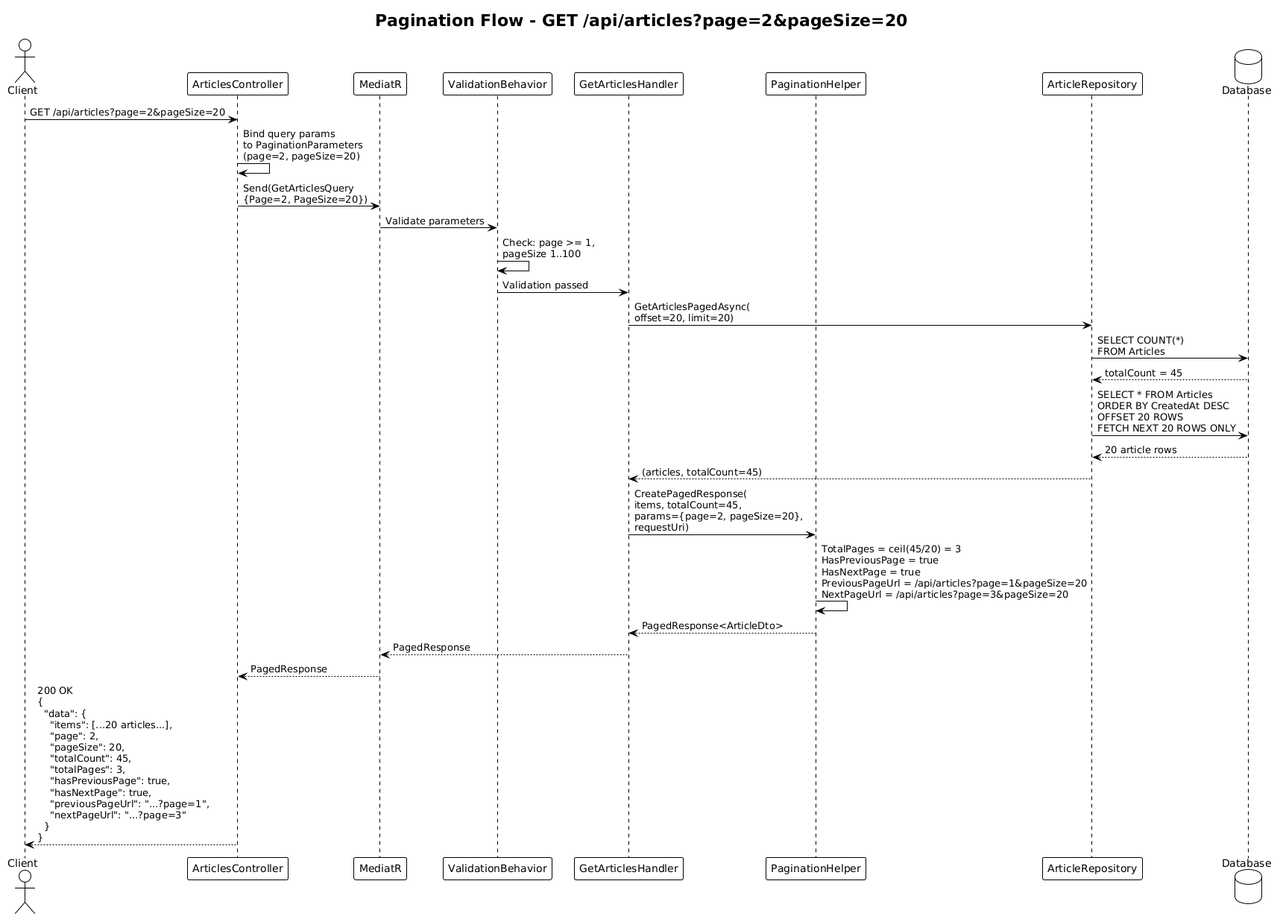
Above: docs/detailed-designs/06-restful-api/diagrams/sequence_pagination.png in QuinntyneBrown/Blog (PlantUML), before the change.
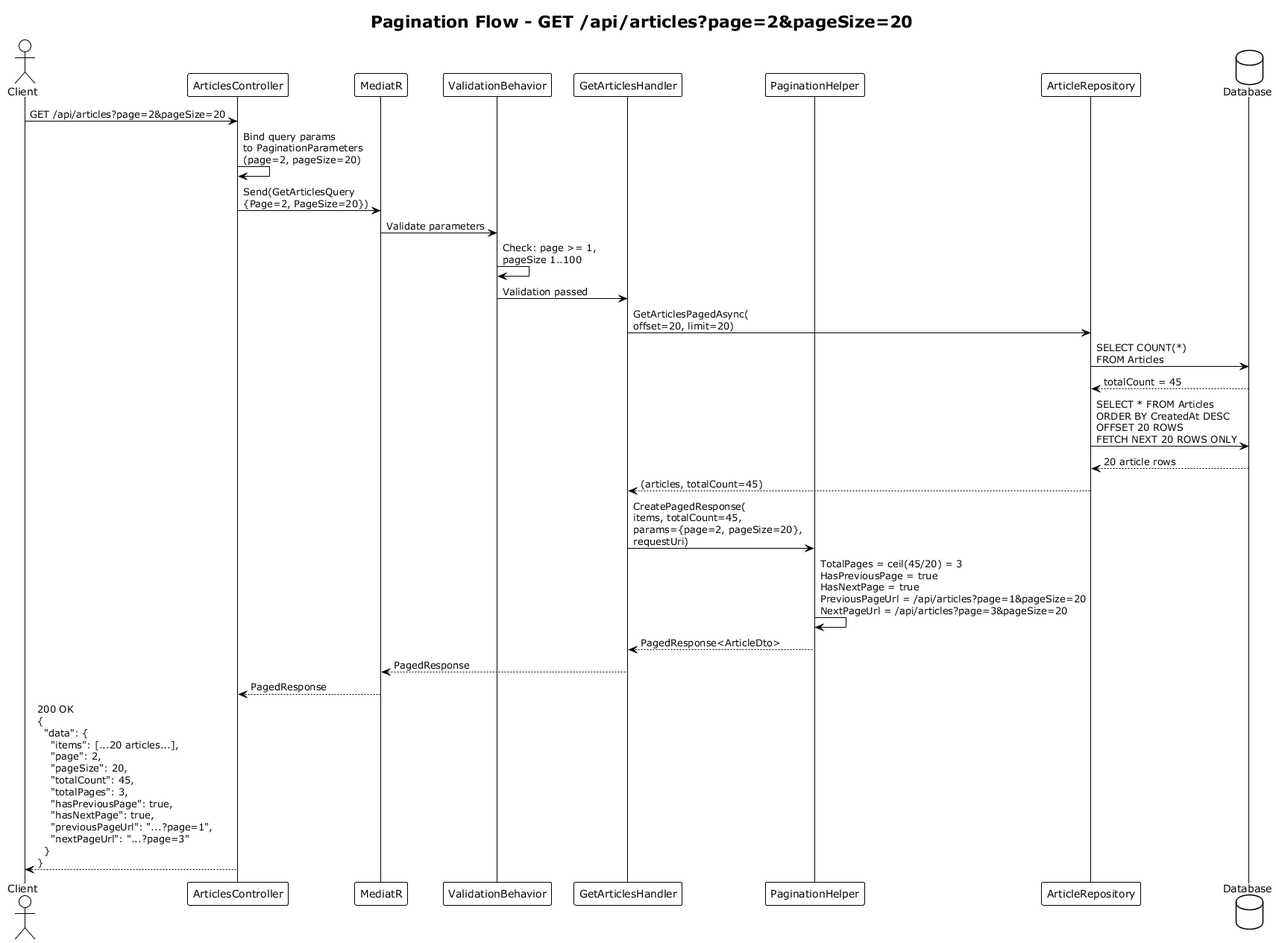
Later version of the same file.

Change to the diagram source:
```diff
@@ -1,4 +1,4 @@
-@startuml
+@startuml sequence_pagination
 !theme plain
 
 title Pagination Flow - GET /api/articles?page=2&pageSize=20
@@ -38,4 +38,5 @@
 handler --> mediatr : PagedResponse
 mediatr --> ctrl : PagedResponse
 ctrl --> client : 200 OK\n{\n  "data": {\n    "items": [...20 articles...],\n    "page": 2,\n    "pageSize": 20,\n    "totalCount": 45,\n    "totalPages": 3,\n    "hasPreviousPage": true,\n    "hasNextPage": true,\n    "previousPageUrl": "...?page=1",\n    "nextPageUrl": "...?page=3"\n  }\n}
+
 @enduml
```
